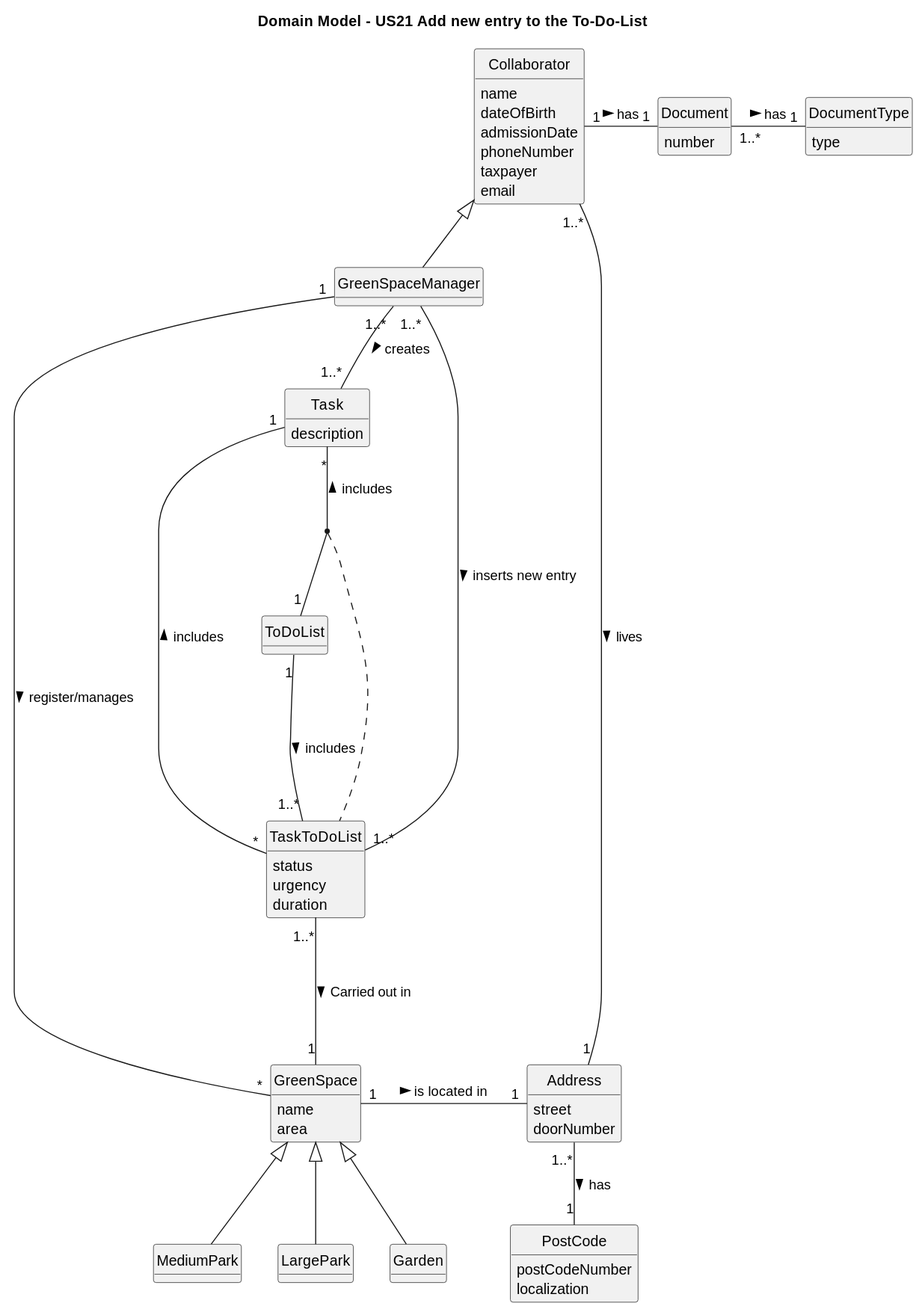
The PlantUML diagram docs/sprint3/us21/02.analysis/svg/us21-domain-model.svg in Departamento-de-Engenharia-Informatica/lei-24-s2-1db-g022, before a commit.
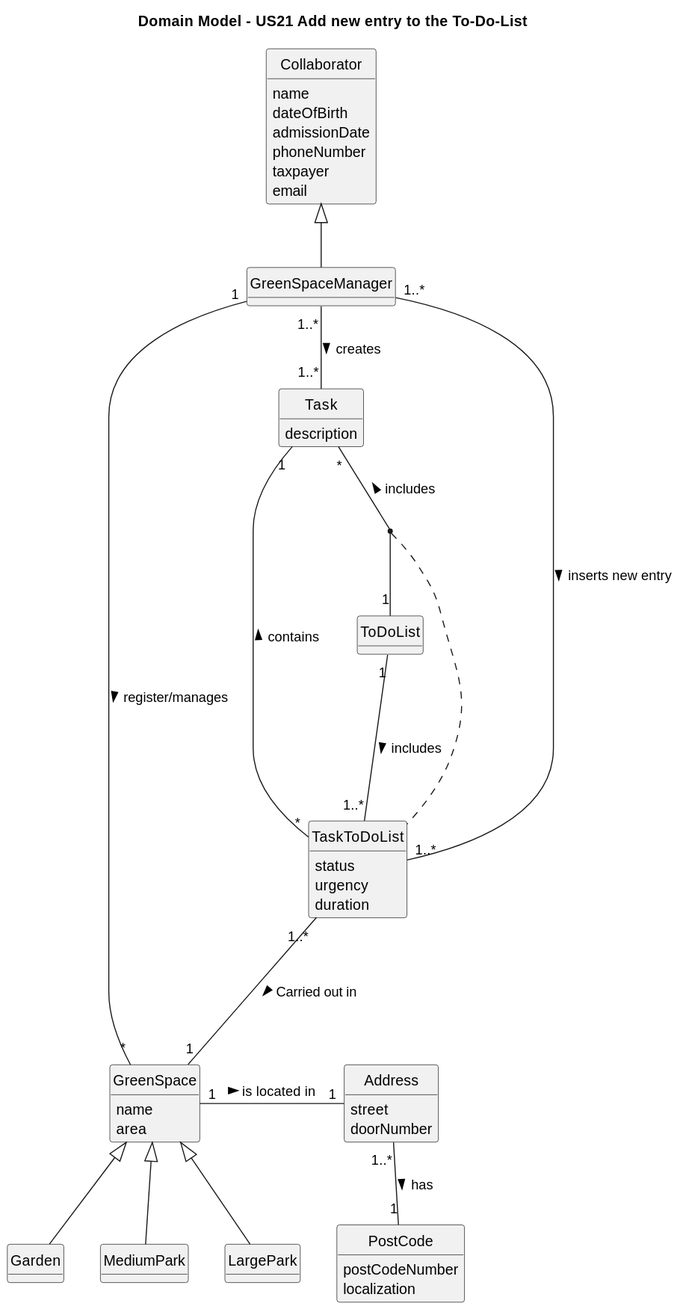
After the commit.

Diff of the diagram source:
```diff
@@ -15,14 +15,6 @@
     phoneNumber
     taxpayer
     email
-}
-
-class Document{
-    number
-}
-
-class DocumentType{
-    type
 }
 
 class Address {
@@ -65,8 +57,6 @@
 class LargePark {
 }
 
-Collaborator "1" - "1" Document : has >
-Collaborator "1..*" -- "1" Address : lives >
 Collaborator  <|--  GreenSpaceManager
 
 GreenSpaceManager "1..*" -- "1..*" Task : creates >
@@ -80,10 +70,8 @@
 
 Address "1..*" -- "1" PostCode : has >
 
-Document "1..*" - "1" DocumentType : has >
-
 Task "*" -- "1" ToDoList : includes <
-Task "1" -- "*" TaskToDoList : includes <
+Task "1" -- "*" TaskToDoList : contains <
 (Task,ToDoList) .. TaskToDoList
 
 TaskToDoList "1..*" --- "1" GreenSpace :  Carried out in  >
```
